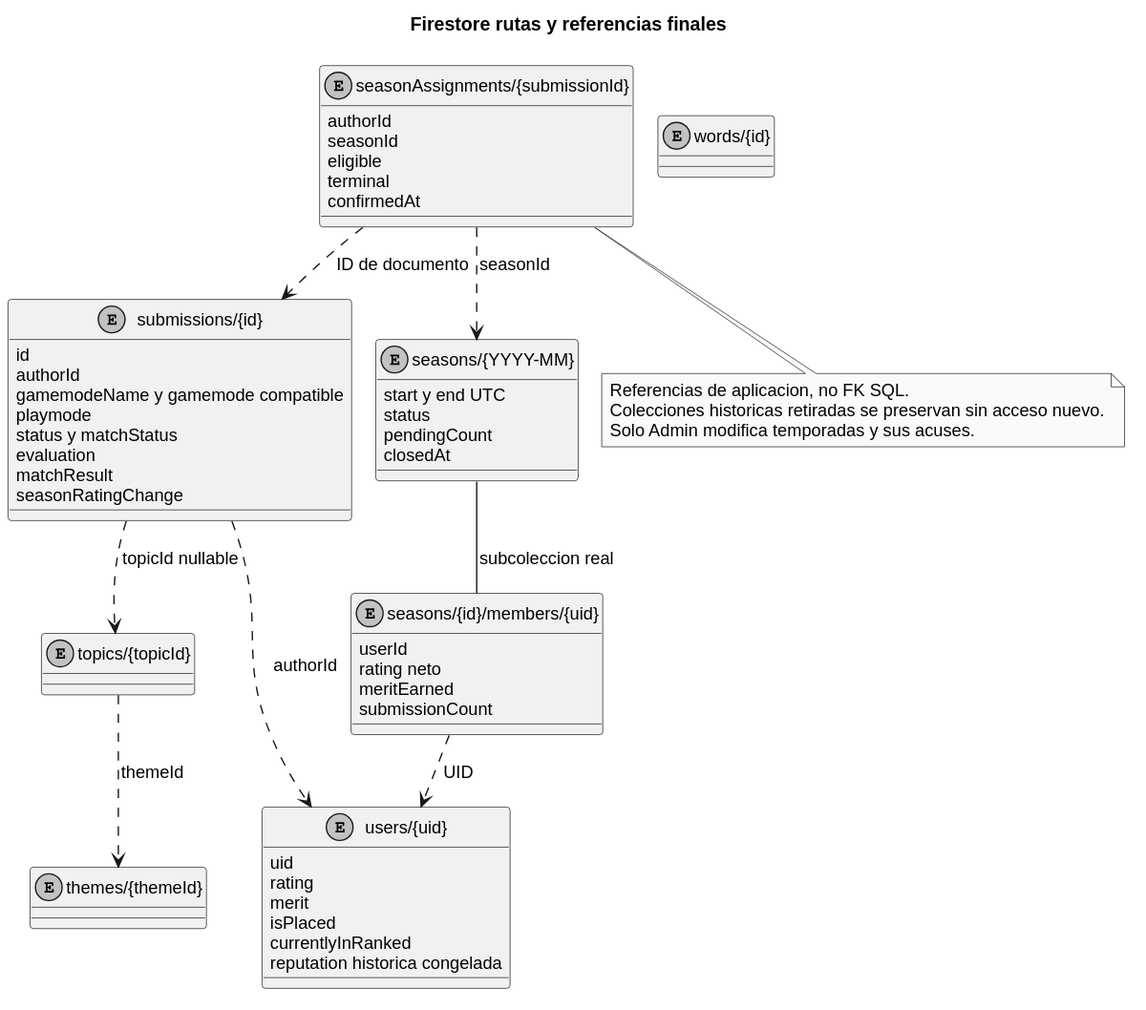
Before: delivery/uml/data-model.svg, a diagram exported from PlantUML (Rnz5/Inkr8-ISW2). Its diagram source:
```plantuml
@startuml
!pragma layout smetana
skinparam monochrome true
skinparam shadowing false
skinparam defaultFontName Arial
skinparam defaultFontSize 13
title Firestore rutas y referencias finales
entity "users/{uid}" as User {
 uid
 rating
 merit
 isPlaced
 currentlyInRanked
 reputation historica congelada
}
entity "submissions/{id}" as Sub {
 id
 authorId
 gamemodeName y gamemode compatible
 playmode
 status y matchStatus
 evaluation
 matchResult
 seasonRatingChange
}
entity "seasons/{YYYY-MM}" as Season {
 start y end UTC
 status
 pendingCount
 closedAt
}
entity "seasons/{id}/members/{uid}" as Member {
 userId
 rating neto
 meritEarned
 submissionCount
}
entity "seasonAssignments/{submissionId}" as Ledger {
 authorId
 seasonId
 eligible
 terminal
 confirmedAt
}
entity "themes/{themeId}" as Theme
entity "topics/{topicId}" as Topic
entity "words/{id}" as Word
Sub ..> User : authorId
Sub ..> Topic : topicId nullable
Topic ..> Theme : themeId
Ledger ..> Sub : ID de documento
Ledger ..> Season : seasonId
Season -- Member : subcoleccion real
Member ..> User : UID
note bottom of Ledger
 Referencias de aplicacion, no FK SQL.
 Colecciones historicas retiradas se preservan sin acceso nuevo.
 Solo Admin modifica temporadas y sus acuses.
end note
@enduml
```
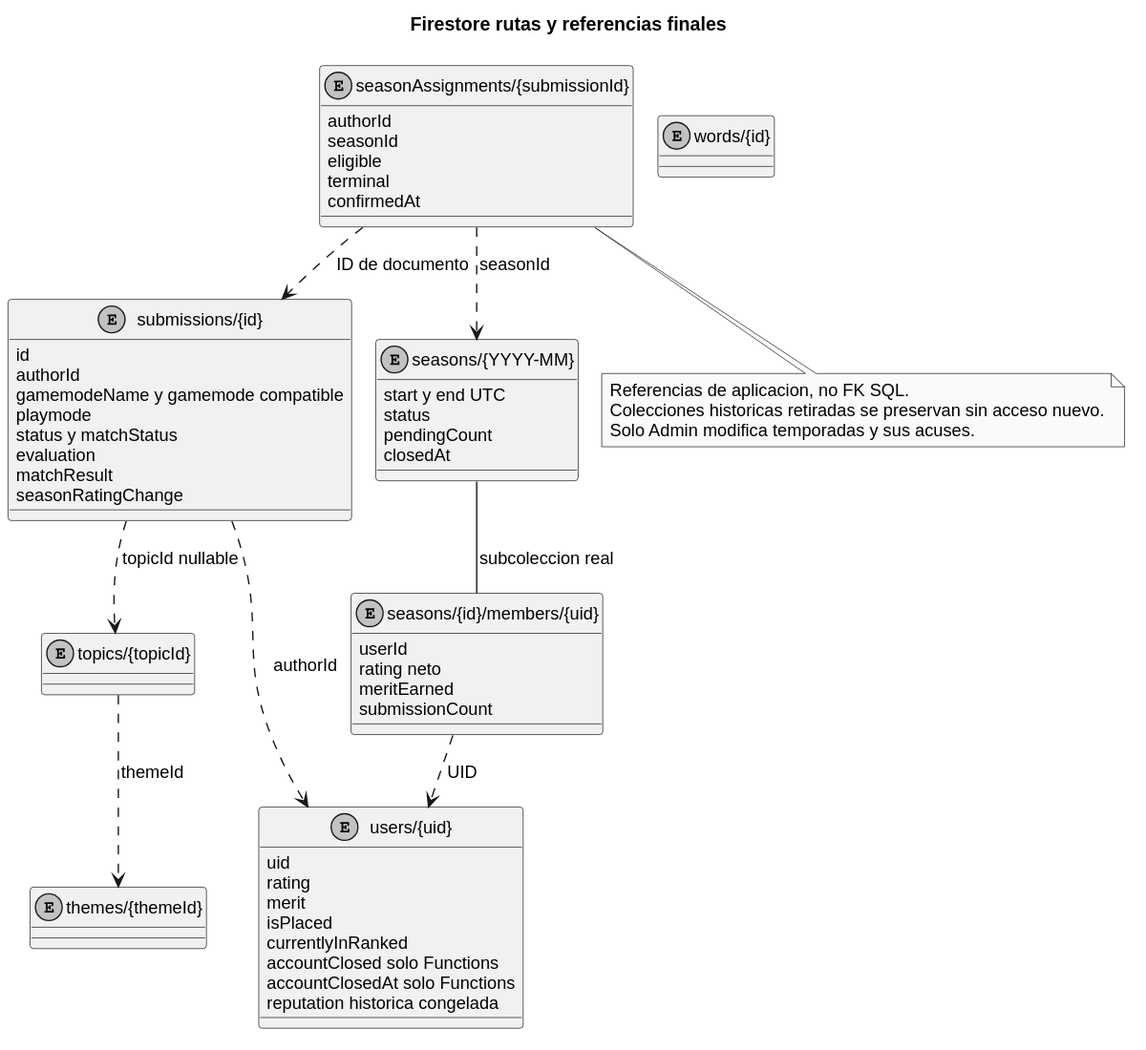
Above is the later version.

The edit, as a diff of the source:
```diff
@@ -11,6 +11,8 @@
  merit
  isPlaced
  currentlyInRanked
+ accountClosed solo Functions
+ accountClosedAt solo Functions
  reputation historica congelada
 }
 entity "submissions/{id}" as Sub {
```
